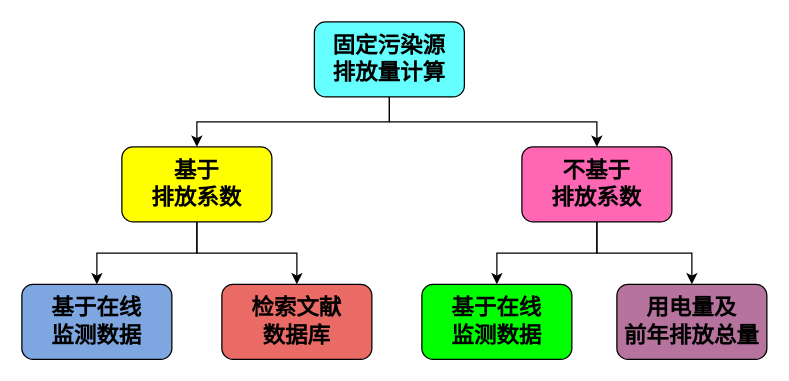
The draw.io diagram 固定污染源计算.drawio in WienWong/Misc, before the edit. Source tidied: cells renumbered, new cells numbered last; positions are measured from the earlier drawing's top-left corner, leaving out a move shared by most shapes. Both pictures are drawn from the tidied source at 125%, with x=0, y=0 at pixel (21, 21).
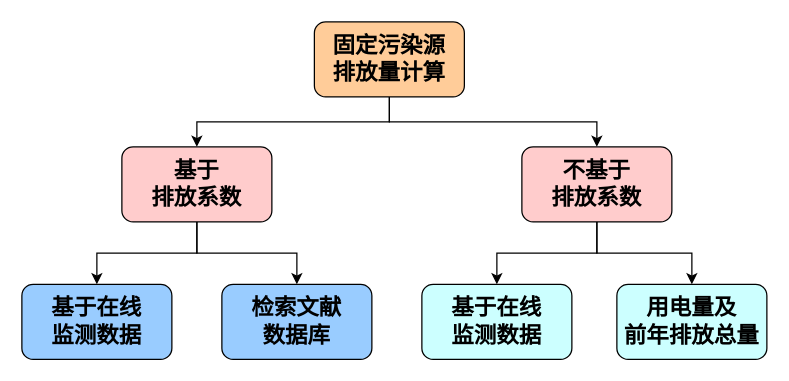
Above is the later version.

Commit message:
Update 固定污染源计算.drawio

What changed in the source:
```diff
@@
 <mxGraphModel>
   <root>
     <mxCell id="0" />
     <mxCell id="1" parent="0" />
     <mxCell id="2" style="edgeStyle=orthogonalEdgeStyle;rounded=0;jettySize=auto;html=1;exitX=0.5;exitY=1;exitDx=0;exitDy=0;" parent="1" edge="1" source="4" target="10">
       <mxGeometry relative="1" as="geometry" />
     </mxCell>
     <mxCell id="3" style="edgeStyle=orthogonalEdgeStyle;rounded=0;jettySize=auto;html=1;exitX=0.5;exitY=1;exitDx=0;exitDy=0;" parent="1" edge="1" source="4" target="7">
       <mxGeometry relative="1" as="geometry" />
     </mxCell>
-    <mxCell id="4" value="&lt;font style=&quot;font-size: 18px&quot;&gt;&lt;b&gt;固定污染源&lt;br&gt;排放量计算&lt;/b&gt;&lt;/font&gt;" style="rounded=1;whiteSpace=wrap;html=1;fillColor=#66FFFF;" parent="1" vertex="1">
+    <mxCell id="4" value="&lt;font style=&quot;font-size: 18px&quot;&gt;&lt;b&gt;固定污染源&lt;br&gt;排放量计算&lt;/b&gt;&lt;/font&gt;" style="rounded=1;whiteSpace=wrap;html=1;fillColor=#FFCC99;" parent="1" vertex="1">
       <mxGeometry x="234" width="120" height="60" as="geometry" />
     </mxCell>
     <mxCell id="5" style="edgeStyle=orthogonalEdgeStyle;rounded=0;jettySize=auto;html=1;exitX=0.5;exitY=1;exitDx=0;exitDy=0;entryX=0.5;entryY=0;entryDx=0;entryDy=0;" parent="1" edge="1" source="7" target="11">
       <mxGeometry relative="1" as="geometry" />
     </mxCell>
     <mxCell id="6" style="edgeStyle=orthogonalEdgeStyle;rounded=0;jettySize=auto;html=1;exitX=0.5;exitY=1;exitDx=0;exitDy=0;entryX=0.5;entryY=0;entryDx=0;entryDy=0;" parent="1" edge="1" source="7" target="12">
       <mxGeometry relative="1" as="geometry" />
     </mxCell>
-    <mxCell id="7" value="&lt;font style=&quot;font-size: 18px&quot;&gt;&lt;b&gt;不基于&lt;br&gt;排放系数&lt;/b&gt;&lt;/font&gt;" style="rounded=1;whiteSpace=wrap;html=1;fillColor=#FF66B3;" parent="1" vertex="1">
+    <mxCell id="7" value="&lt;font style=&quot;font-size: 18px&quot;&gt;&lt;b&gt;不基于&lt;br&gt;排放系数&lt;/b&gt;&lt;/font&gt;" style="rounded=1;whiteSpace=wrap;html=1;fillColor=#FFCCCC;" parent="1" vertex="1">
       <mxGeometry x="400" y="100" width="120" height="60" as="geometry" />
     </mxCell>
     <mxCell id="8" style="edgeStyle=orthogonalEdgeStyle;rounded=0;jettySize=auto;html=1;exitX=0.5;exitY=1;exitDx=0;exitDy=0;entryX=0.5;entryY=0;entryDx=0;entryDy=0;" parent="1" edge="1" source="10" target="13">
       <mxGeometry relative="1" as="geometry" />
     </mxCell>
     <mxCell id="9" style="edgeStyle=orthogonalEdgeStyle;rounded=0;jettySize=auto;html=1;exitX=0.5;exitY=1;exitDx=0;exitDy=0;entryX=0.5;entryY=0;entryDx=0;entryDy=0;" parent="1" edge="1" source="10" target="14">
       <mxGeometry relative="1" as="geometry" />
     </mxCell>
-    <mxCell id="10" value="&lt;font style=&quot;font-size: 18px&quot;&gt;&lt;b&gt;基于&lt;br&gt;排放系数&lt;/b&gt;&lt;/font&gt;" style="rounded=1;whiteSpace=wrap;html=1;fillColor=#FFFF00;" parent="1" vertex="1">
+    <mxCell id="10" value="&lt;font style=&quot;font-size: 18px&quot;&gt;&lt;b&gt;基于&lt;br&gt;排放系数&lt;/b&gt;&lt;/font&gt;" style="rounded=1;whiteSpace=wrap;html=1;fillColor=#FFCCCC;" parent="1" vertex="1">
       <mxGeometry x="80" y="100" width="120" height="60" as="geometry" />
     </mxCell>
-    <mxCell id="11" value="&lt;font style=&quot;font-size: 18px&quot;&gt;&lt;b&gt;基于在线&lt;br&gt;监测数据&lt;/b&gt;&lt;/font&gt;" style="rounded=1;whiteSpace=wrap;html=1;fillColor=#00FF00;" parent="1" vertex="1">
+    <mxCell id="11" value="&lt;font style=&quot;font-size: 18px&quot;&gt;&lt;b&gt;基于在线&lt;br&gt;监测数据&lt;/b&gt;&lt;/font&gt;" style="rounded=1;whiteSpace=wrap;html=1;fillColor=#CCFFFF;" parent="1" vertex="1">
       <mxGeometry x="320" y="210" width="120" height="60" as="geometry" />
     </mxCell>
-    <mxCell id="12" value="&lt;span style=&quot;font-size: 18px&quot;&gt;&lt;b&gt;用电量及&lt;br&gt;前年排放总量&lt;/b&gt;&lt;/span&gt;" style="rounded=1;whiteSpace=wrap;html=1;fillColor=#B5739D;" parent="1" vertex="1">
+    <mxCell id="12" value="&lt;span style=&quot;font-size: 18px&quot;&gt;&lt;b&gt;用电量及&lt;br&gt;前年排放总量&lt;/b&gt;&lt;/span&gt;" style="rounded=1;whiteSpace=wrap;html=1;fillColor=#CCFFFF;" parent="1" vertex="1">
       <mxGeometry x="476" y="210" width="120" height="60" as="geometry" />
     </mxCell>
-    <mxCell id="13" value="&lt;font style=&quot;font-size: 18px&quot;&gt;&lt;b&gt;基于在线&lt;br&gt;监测数据&lt;/b&gt;&lt;/font&gt;" style="rounded=1;whiteSpace=wrap;html=1;fillColor=#7EA6E0;" parent="1" vertex="1">
+    <mxCell id="13" value="&lt;font style=&quot;font-size: 18px&quot;&gt;&lt;b&gt;基于在线&lt;br&gt;监测数据&lt;/b&gt;&lt;/font&gt;" style="rounded=1;whiteSpace=wrap;html=1;fillColor=#99CCFF;" parent="1" vertex="1">
       <mxGeometry y="210" width="120" height="60" as="geometry" />
     </mxCell>
-    <mxCell id="14" value="&lt;font style=&quot;font-size: 18px&quot;&gt;&lt;b&gt;检索文献&lt;br&gt;数据库&lt;/b&gt;&lt;/font&gt;" style="rounded=1;whiteSpace=wrap;html=1;fillColor=#EA6B66;" parent="1" vertex="1">
+    <mxCell id="14" value="&lt;font style=&quot;font-size: 18px&quot;&gt;&lt;b&gt;检索文献&lt;br&gt;数据库&lt;/b&gt;&lt;/font&gt;" style="rounded=1;whiteSpace=wrap;html=1;fillColor=#99CCFF;" parent="1" vertex="1">
       <mxGeometry x="160" y="210" width="120" height="60" as="geometry" />
     </mxCell>
   </root>
 </mxGraphModel>
```
